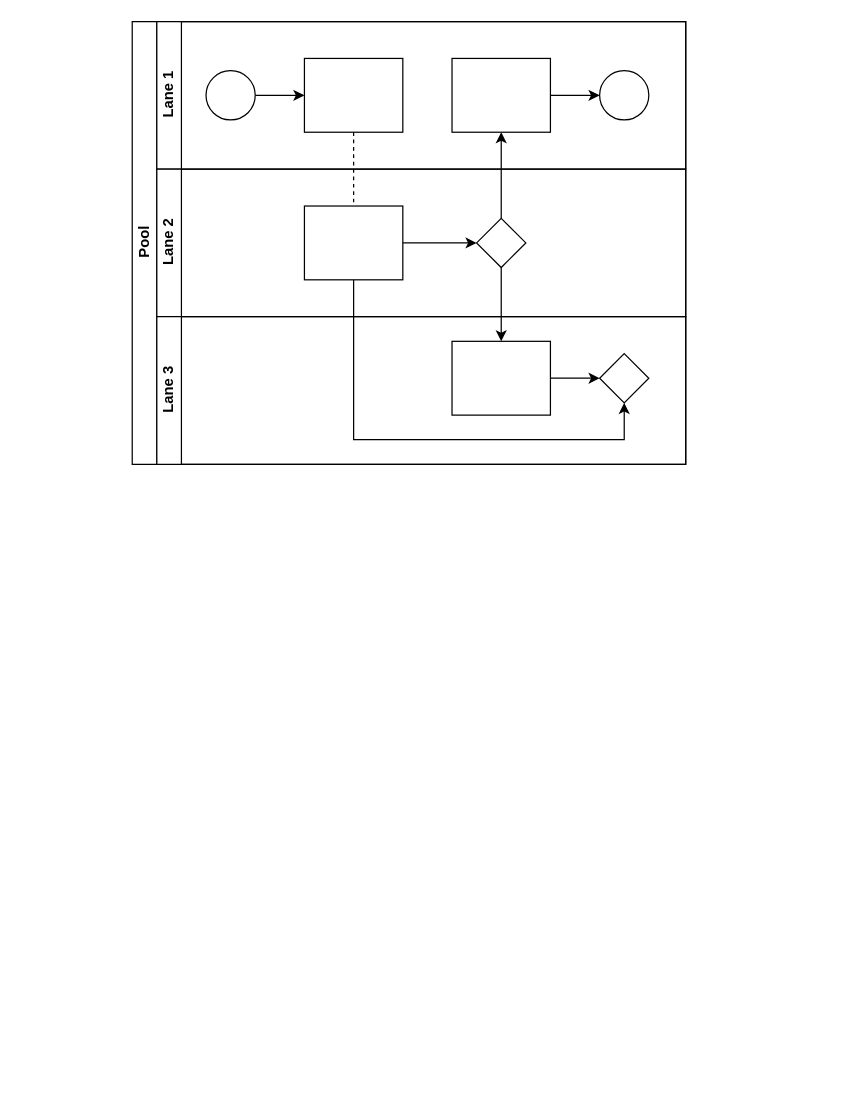
Earlier version of the draw.io diagram Untitled Diagram.drawio (RankoSimic/mix). Source tidied: cells renumbered, new cells numbered last; positions are measured from the earlier drawing's top-left corner, leaving out a move shared by most shapes. Both pictures are drawn from the tidied source at 123%, with x=0, y=0 at pixel (132, 21).
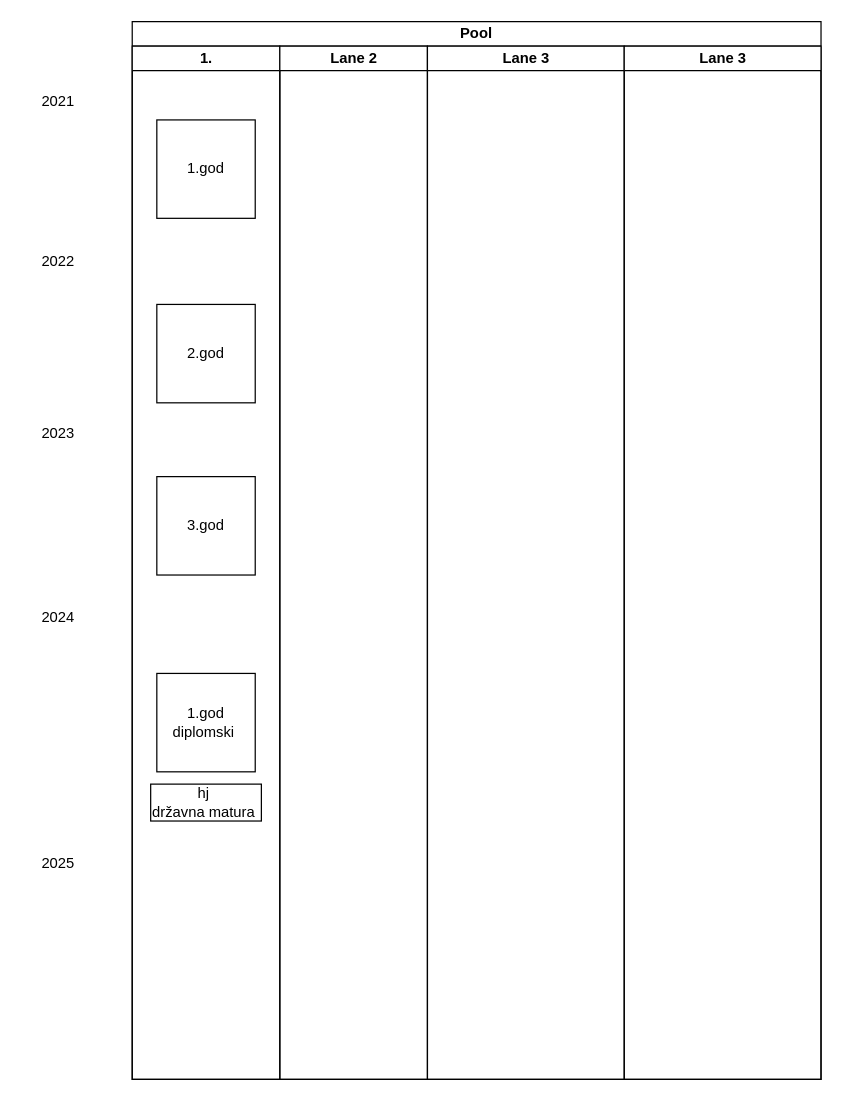
The same diagram, later.

Change to the diagram source:
```diff
@@
-    <mxCell id="2" value="Pool" style="swimlane;html=1;horizontal=0;startSize=20;" parent="1" vertex="1">
-      <mxGeometry width="450" height="360" as="geometry" />
+    <mxCell id="2" value="Pool" style="swimlane;html=1;startSize=20;whiteSpace=wrap;" parent="1" vertex="1">
+      <mxGeometry width="560" height="860" as="geometry" />
     </mxCell>
-    <mxCell id="3" style="edgeStyle=orthogonalEdgeStyle;rounded=0;jettySize=auto;html=1;dashed=1;endArrow=none;endFill=0;" parent="2" edge="1" source="10" target="16">
-      <mxGeometry relative="1" as="geometry" />
-    </mxCell>
-    <mxCell id="4" style="edgeStyle=orthogonalEdgeStyle;rounded=0;jettySize=auto;html=1;endArrow=classic;endFill=1;" parent="2" edge="1" source="17" target="12">
-      <mxGeometry relative="1" as="geometry" />
-    </mxCell>
-    <mxCell id="5" style="edgeStyle=orthogonalEdgeStyle;rounded=0;jettySize=auto;html=1;endArrow=classic;endFill=1;" parent="2" edge="1" source="17" target="20">
-      <mxGeometry relative="1" as="geometry" />
-    </mxCell>
-    <mxCell id="6" style="edgeStyle=orthogonalEdgeStyle;rounded=0;jettySize=auto;html=1;endArrow=classic;endFill=1;" parent="2" edge="1" source="16" target="21">
-      <mxGeometry relative="1" as="geometry">
-        <Array as="points">
-          <mxPoint x="180" y="340" />
-          <mxPoint x="400" y="340" />
-        </Array>
-      </mxGeometry>
-    </mxCell>
-    <mxCell id="7" value="Lane 1" style="swimlane;html=1;startSize=20;horizontal=0;" parent="2" vertex="1">
-      <mxGeometry x="20" width="430" height="120" as="geometry" />
-    </mxCell>
-    <mxCell id="8" style="edgeStyle=orthogonalEdgeStyle;rounded=0;jettySize=auto;html=1;" parent="7" edge="1" source="9" target="10">
-      <mxGeometry relative="1" as="geometry" />
-    </mxCell>
-    <mxCell id="9" style="ellipse;whiteSpace=wrap;html=1;" parent="7" vertex="1">
-      <mxGeometry x="40" y="40" width="40" height="40" as="geometry" />
-    </mxCell>
-    <mxCell id="10" style="rounded=0;whiteSpace=wrap;html=1;fontFamily=Helvetica;fontSize=12;fontColor=#000000;align=center;" parent="7" vertex="1">
-      <mxGeometry x="120" y="30" width="80" height="60" as="geometry" />
-    </mxCell>
-    <mxCell id="11" style="edgeStyle=orthogonalEdgeStyle;rounded=0;jettySize=auto;html=1;endArrow=classic;endFill=1;" parent="7" edge="1" source="12" target="13">
-      <mxGeometry relative="1" as="geometry" />
-    </mxCell>
-    <mxCell id="12" style="rounded=0;whiteSpace=wrap;html=1;fontFamily=Helvetica;fontSize=12;fontColor=#000000;align=center;" parent="7" vertex="1">
-      <mxGeometry x="240" y="30" width="80" height="60" as="geometry" />
-    </mxCell>
-    <mxCell id="13" style="ellipse;whiteSpace=wrap;html=1;" parent="7" vertex="1">
-      <mxGeometry x="360" y="40" width="40" height="40" as="geometry" />
-    </mxCell>
+    <mxCell id="22" value="1." style="swimlane;html=1;startSize=20;" parent="2" vertex="1">
+      <mxGeometry y="20" width="120" height="840" as="geometry" />
+    </mxCell>
+    <mxCell id="23" value="1.god" style="whiteSpace=wrap;html=1;" parent="22" vertex="1">
+      <mxGeometry x="20" y="60" width="80" height="80" as="geometry" />
+    </mxCell>
+    <mxCell id="24" value="2.god" style="whiteSpace=wrap;html=1;" parent="22" vertex="1">
+      <mxGeometry x="20" y="210" width="80" height="80" as="geometry" />
+    </mxCell>
+    <mxCell id="25" value="3.god" style="whiteSpace=wrap;html=1;" parent="22" vertex="1">
+      <mxGeometry x="20" y="350" width="80" height="80" as="geometry" />
+    </mxCell>
+    <mxCell id="26" value="1.god&lt;div&gt;diplomski&amp;nbsp;&lt;/div&gt;" style="whiteSpace=wrap;html=1;" parent="22" vertex="1">
+      <mxGeometry x="20" y="510" width="80" height="80" as="geometry" />
+    </mxCell>
+    <mxCell id="27" value="hj&amp;nbsp;&lt;div&gt;državna matura&amp;nbsp;&lt;/div&gt;" style="rounded=0;whiteSpace=wrap;html=1;" parent="22" vertex="1">
+      <mxGeometry x="15" y="600" width="90" height="30" as="geometry" />
+    </mxCell>
-    <mxCell id="14" value="Lane 2" style="swimlane;html=1;startSize=20;horizontal=0;" parent="2" vertex="1">
-      <mxGeometry x="20" y="120" width="430" height="120" as="geometry" />
+    <mxCell id="14" value="Lane 2" style="swimlane;html=1;startSize=20;" parent="2" vertex="1">
+      <mxGeometry x="120" y="20" width="120" height="840" as="geometry" />
     </mxCell>
-    <mxCell id="15" style="edgeStyle=orthogonalEdgeStyle;rounded=0;jettySize=auto;html=1;endArrow=classic;endFill=1;" parent="14" edge="1" source="16" target="17">
-      <mxGeometry relative="1" as="geometry" />
-    </mxCell>
-    <mxCell id="16" style="rounded=0;whiteSpace=wrap;html=1;fontFamily=Helvetica;fontSize=12;fontColor=#000000;align=center;" parent="14" vertex="1">
-      <mxGeometry x="120" y="30" width="80" height="60" as="geometry" />
-    </mxCell>
-    <mxCell id="17" style="rhombus;whiteSpace=wrap;html=1;fontFamily=Helvetica;fontSize=12;fontColor=#000000;align=center;" parent="14" vertex="1">
-      <mxGeometry x="260" y="40" width="40" height="40" as="geometry" />
-    </mxCell>
-    <mxCell id="18" value="Lane 3" style="swimlane;html=1;startSize=20;horizontal=0;" parent="2" vertex="1">
-      <mxGeometry x="20" y="240" width="430" height="120" as="geometry" />
-    </mxCell>
-    <mxCell id="19" style="edgeStyle=orthogonalEdgeStyle;rounded=0;jettySize=auto;html=1;endArrow=classic;endFill=1;" parent="18" edge="1" source="20" target="21">
-      <mxGeometry relative="1" as="geometry" />
-    </mxCell>
-    <mxCell id="20" style="rounded=0;whiteSpace=wrap;html=1;fontFamily=Helvetica;fontSize=12;fontColor=#000000;align=center;" parent="18" vertex="1">
-      <mxGeometry x="240" y="20" width="80" height="60" as="geometry" />
-    </mxCell>
-    <mxCell id="21" style="rhombus;whiteSpace=wrap;html=1;fontFamily=Helvetica;fontSize=12;fontColor=#000000;align=center;" parent="18" vertex="1">
-      <mxGeometry x="360" y="30" width="40" height="40" as="geometry" />
-    </mxCell>
+    <mxCell id="28" value="Lane 3" style="swimlane;html=1;startSize=20;" parent="2" vertex="1">
+      <mxGeometry x="240" y="20" width="160" height="840" as="geometry" />
+    </mxCell>
+    <mxCell id="29" value="Lane 3" style="swimlane;html=1;startSize=20;" parent="2" vertex="1">
+      <mxGeometry x="400" y="20" width="160" height="840" as="geometry" />
+    </mxCell>
+    <mxCell id="30" value="2021" style="text;html=1;align=center;verticalAlign=middle;whiteSpace=wrap;rounded=0;" parent="1" vertex="1">
+      <mxGeometry x="-90" y="50" width="60" height="30" as="geometry" />
+    </mxCell>
+    <mxCell id="31" value="2022" style="text;html=1;align=center;verticalAlign=middle;whiteSpace=wrap;rounded=0;" parent="1" vertex="1">
+      <mxGeometry x="-90" y="180" width="60" height="30" as="geometry" />
+    </mxCell>
+    <mxCell id="32" value="2023" style="text;html=1;align=center;verticalAlign=middle;whiteSpace=wrap;rounded=0;" parent="1" vertex="1">
+      <mxGeometry x="-90" y="320" width="60" height="30" as="geometry" />
+    </mxCell>
+    <mxCell id="33" value="2024" style="text;html=1;align=center;verticalAlign=middle;whiteSpace=wrap;rounded=0;" parent="1" vertex="1">
+      <mxGeometry x="-90" y="470" width="60" height="30" as="geometry" />
+    </mxCell>
+    <mxCell id="34" value="2025" style="text;html=1;align=center;verticalAlign=middle;whiteSpace=wrap;rounded=0;" parent="1" vertex="1">
+      <mxGeometry x="-90" y="670" width="60" height="30" as="geometry" />
+    </mxCell>
```
